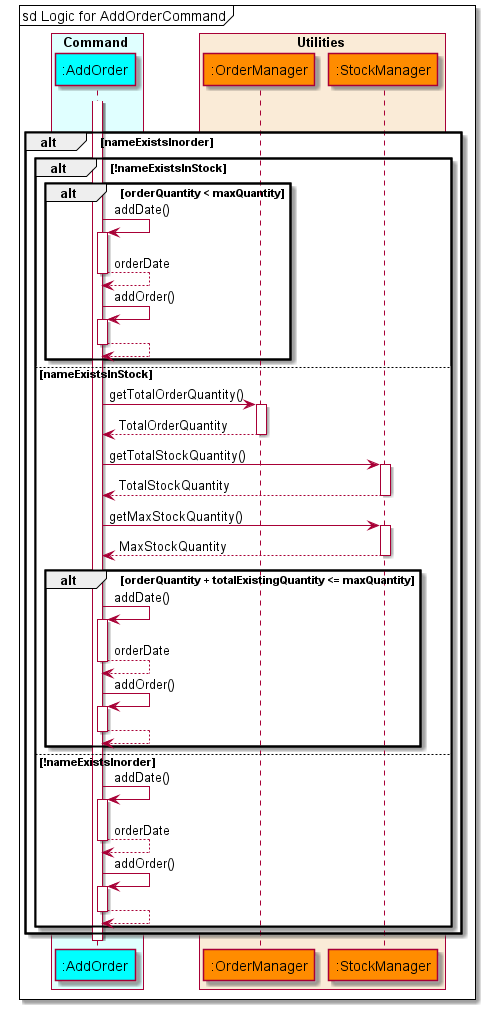
Before: docs/diagrams/diagram_images/AddOrderSequenceDiagram.png, a diagram exported from PlantUML (nus-cs2113-AY2122S1/tp).
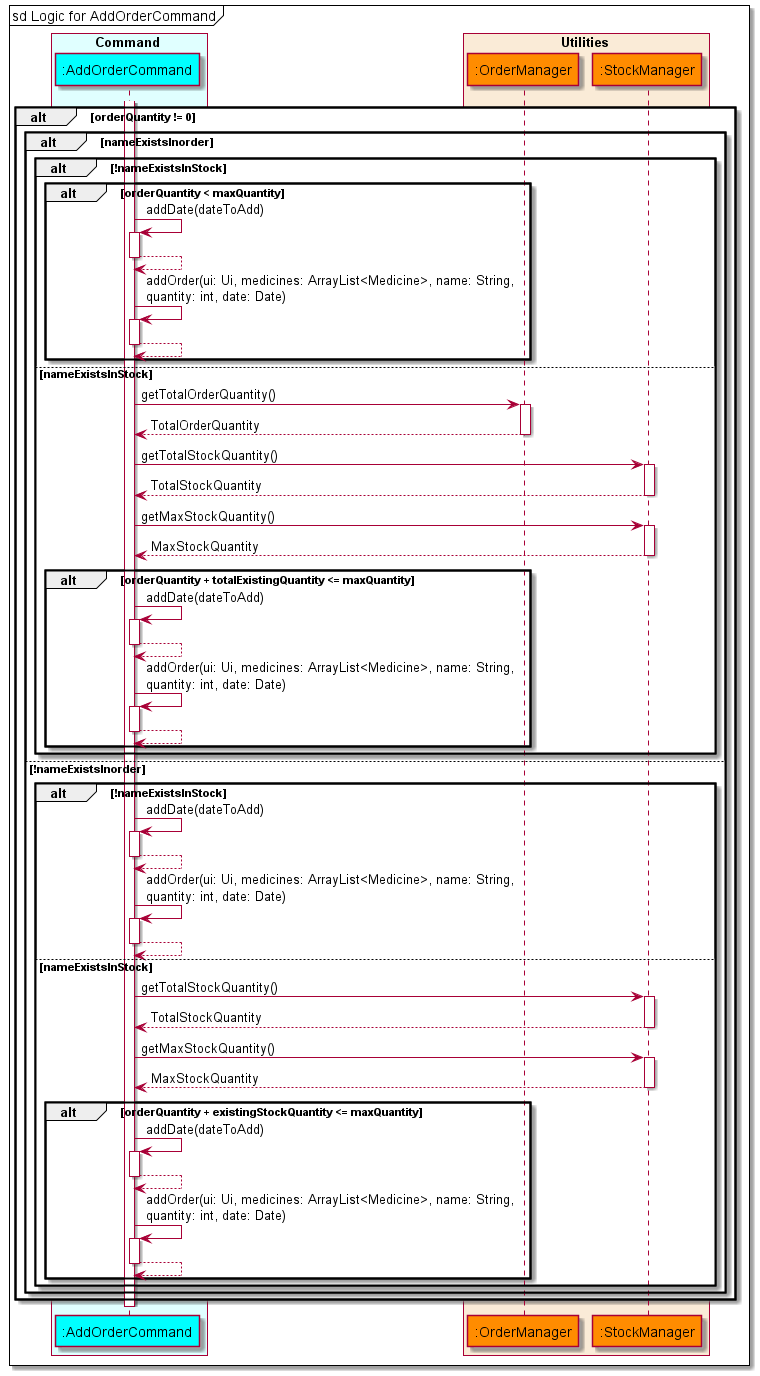
The same diagram one commit later.

What changed in the source:
```diff
@@ -3,7 +3,7 @@
 !include style.puml
 
 box Command COLOR_COMMAND_BOX
-    participant ":AddOrder" as addorder COLOR_COMMAND
+    participant ":AddOrderCommand" as addorder COLOR_COMMAND
 end box
 
 box Utilities COLOR_UTILITIES_BOX
@@ -18,9 +18,9 @@
     alt nameExistsInorder
         alt !nameExistsInStock
                alt orderQuantity < maxQuantity
-                   addorder -> addorder : addDate()
-                   addorder --> addorder : orderDate
-                   addorder -> addorder : addOrder()
+                   addorder -> addorder : addDate(dateToAdd)
+                   addorder --> addorder
+                   addorder -> addorder : addOrder(ui: Ui, medicines: ArrayList<Medicine>, name: String, \nquantity: int, date: Date)
                    addorder --> addorder
                end
            else nameExistsInStock
@@ -31,16 +31,30 @@
                addorder -> stockmanager : getMaxStockQuantity()
                addorder <-- stockmanager : MaxStockQuantity
                alt orderQuantity + totalExistingQuantity <= maxQuantity
-                   addorder -> addorder : addDate()
-                   addorder --> addorder : orderDate
-                   addorder -> addorder : addOrder()
+                   addorder -> addorder : addDate(dateToAdd)
                    addorder --> addorder
+                   addorder -> addorder : addOrder(ui: Ui, medicines: ArrayList<Medicine>, name: String, \nquantity: int, date: Date)
+                   addorder --> addorder
+               end
            end
     else !nameExistsInorder
-        addorder -> addorder : addDate()
-        addorder --> addorder : orderDate
-        addorder -> addorder : addOrder()
-        addorder --> addorder
+        alt !nameExistsInStock
+            addorder -> addorder : addDate(dateToAdd)
+            addorder --> addorder
+            addorder -> addorder : addOrder(ui: Ui, medicines: ArrayList<Medicine>, name: String, \nquantity: int, date: Date)
+            addorder --> addorder
+        else nameExistsInStock
+            addorder -> stockmanager : getTotalStockQuantity()
+            addorder <-- stockmanager : TotalStockQuantity
+            addorder -> stockmanager : getMaxStockQuantity()
+            addorder <-- stockmanager : MaxStockQuantity
+            alt orderQuantity + existingStockQuantity <= maxQuantity
+                addorder -> addorder : addDate(dateToAdd)
+                addorder --> addorder
+                addorder -> addorder : addOrder(ui: Ui, medicines: ArrayList<Medicine>, name: String, \nquantity: int, date: Date)
+                addorder --> addorder
+            end
+        end
     end
 end
 deactivate addorder
```
